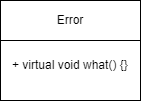
Before: 2 Семестр/Class/Лаба 9/Лаба 9 Классы.png, a diagram exported from draw.io (IlyaFedoseev227/LABS-PNRPU-IVT-22-1b). Source tidied: cells renumbered, new cells last; positions are measured from the earlier drawing's top-left corner, leaving out a move shared by most shapes.
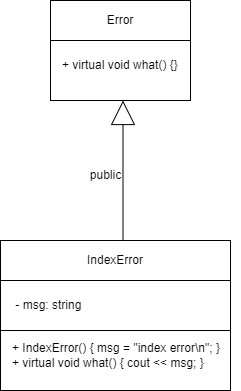
Later version of the same file.

What changed in the source:
```diff
@@ -11,5 +11,29 @@
     <mxCell id="4" value="+ virtual void what() {}" style="text;html=1;align=left;verticalAlign=middle;strokeColor=none;fillColor=none;" parent="1" vertex="1">
       <mxGeometry x="10" y="50" width="140" height="30" as="geometry" />
     </mxCell>
+    <mxCell id="5" style="rounded=0;whiteSpace=wrap;html=1;" parent="1" vertex="1">
+      <mxGeometry x="-50" y="240" width="230" height="150" as="geometry" />
+    </mxCell>
+    <mxCell id="6" value="IndexError" style="rounded=0;whiteSpace=wrap;html=1;" parent="1" vertex="1">
+      <mxGeometry x="-50" y="240" width="230" height="40" as="geometry" />
+    </mxCell>
+    <mxCell id="7" value="&lt;div&gt;+ IndexError() { msg = &quot;index error\n&quot;; }&lt;span style=&quot;&quot;&gt;&lt;/span&gt;&lt;/div&gt;&lt;div&gt;&lt;span style=&quot;white-space: pre;&quot;&gt;+ &lt;/span&gt;virtual void what() { cout &amp;lt;&amp;lt; msg; }&lt;/div&gt;" style="text;html=1;align=left;verticalAlign=middle;strokeColor=none;fillColor=none;" parent="1" vertex="1">
+      <mxGeometry x="-40" y="335" width="230" height="40" as="geometry" />
+    </mxCell>
+    <mxCell id="8" style="rounded=0;whiteSpace=wrap;html=1;" parent="1" vertex="1">
+      <mxGeometry x="-50" y="280" width="230" height="50" as="geometry" />
+    </mxCell>
+    <mxCell id="9" value="&amp;nbsp;- msg: string" style="text;html=1;align=left;verticalAlign=middle;strokeColor=none;fillColor=none;" parent="1" vertex="1">
+      <mxGeometry x="-40" y="290" width="90" height="30" as="geometry" />
+    </mxCell>
+    <mxCell id="10" style="edgeStyle=orthogonalEdgeStyle;rounded=0;orthogonalLoop=1;jettySize=auto;html=1;endArrow=block;endFill=0;strokeWidth=1;endSize=22;exitX=0.5;exitY=0;exitDx=0;exitDy=0;" parent="1" edge="1">
+      <mxGeometry relative="1" as="geometry">
+        <mxPoint x="72.5" y="240" as="sourcePoint" />
+        <mxPoint x="72.5" y="100" as="targetPoint" />
+      </mxGeometry>
+    </mxCell>
+    <mxCell id="11" value="public" style="text;html=1;align=center;verticalAlign=middle;strokeColor=none;fillColor=none;" parent="1" vertex="1">
+      <mxGeometry x="30" y="160" width="50" height="30" as="geometry" />
+    </mxCell>
   </root>
 </mxGraphModel>
```
